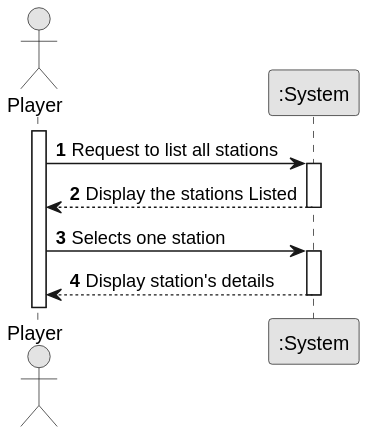
Earlier version of the PlantUML export docs/sprint2/us007/01.requirements-engineering/svg/us007-system-sequence-diagram.svg (ivasduarte/all-aboard). Source of this version:
```plantuml
@startuml
skinparam monochrome true
skinparam packageStyle rectangle
skinparam shadowing false

autonumber

actor "Player" as Player
participant ":System" as System

activate Player

    Player -> System : Request to list all stations
    activate System

    System --> Player : Display the stations Listed
    deactivate System

    Player -> System : Selects one station
    activate System

    System --> Player : Display station's details
    deactivate System
@enduml
```
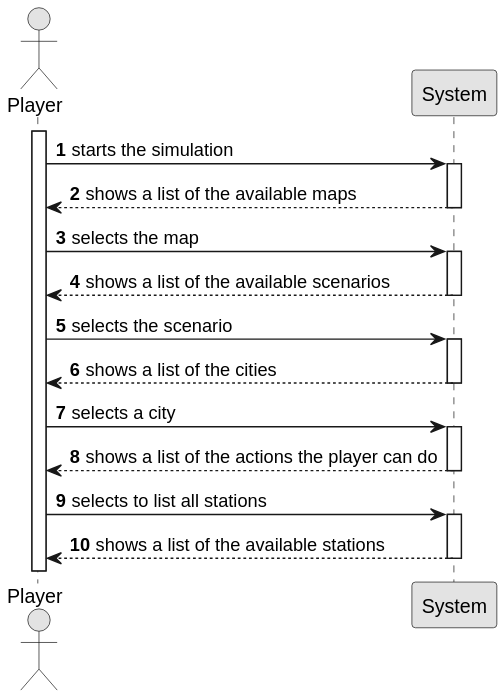
After the commit.

Change to the diagram source:
```diff
@@ -6,19 +6,37 @@
 autonumber
 
 actor "Player" as Player
-participant ":System" as System
+participant "System" as System
 
 activate Player
 
-    Player -> System : Request to list all stations
+    Player -> System : starts the simulation
     activate System
 
-    System --> Player : Display the stations Listed
+    System --> Player : shows a list of the available maps
     deactivate System
 
-    Player -> System : Selects one station
+    Player -> System : selects the map
     activate System
 
-    System --> Player : Display station's details
+    System --> Player : shows a list of the available scenarios
+    deactivate System
+
+    Player -> System : selects the scenario
+    activate System
+
+    System --> Player : shows a list of the cities
+    deactivate System
+
+    Player -> System : selects a city
+    activate System
+
+    System --> Player : shows a list of the actions the player can do
+    deactivate System
+
+    Player -> System : selects to list all stations
+    activate System
+
+    System --> Player : shows a list of the available stations
     deactivate System
 @enduml
```
